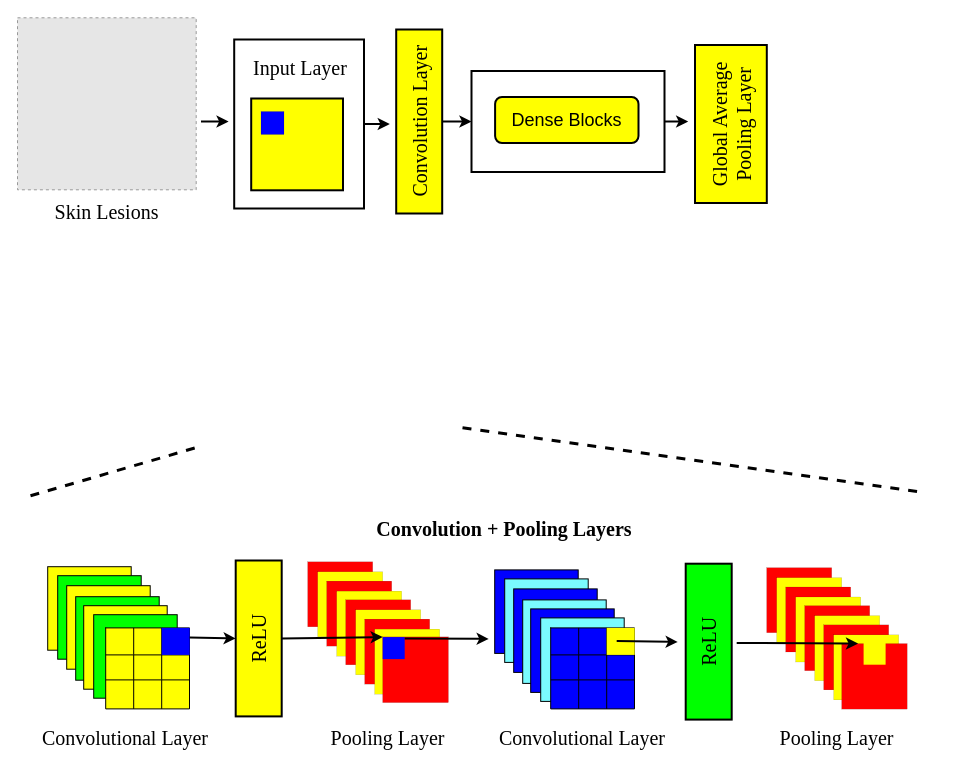
Earlier version of the draw.io diagram DenseNet-121.drawio (a3X3k/-Random-). Source tidied: cells renumbered, new cells numbered last; positions are measured from the earlier drawing's top-left corner, leaving out a move shared by most shapes. Both pictures are drawn from the tidied source at 100%, with x=0, y=0 at pixel (17, 17). Pictures stored in the file or linked from it are replaced by grey dashed boxes.
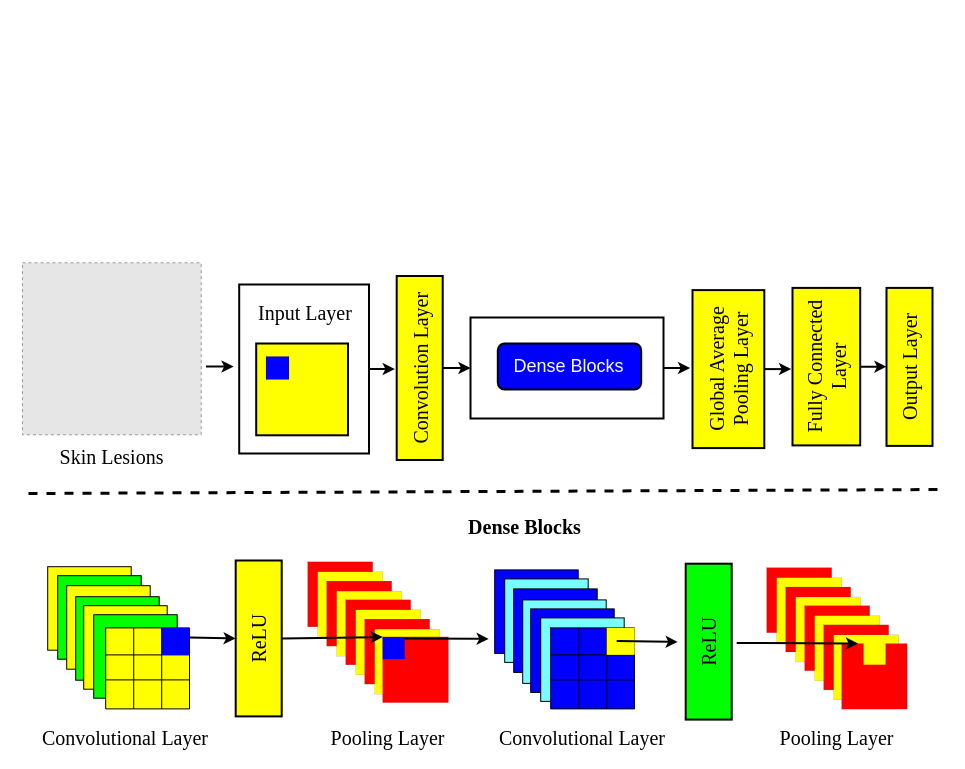
The same diagram, later.

The edit, as a diff of the source:
```diff
@@
-    <mxCell id="2" style="edgeStyle=orthogonalEdgeStyle;rounded=0;jettySize=auto;html=1;exitX=1;exitY=0.5;exitDx=0;exitDy=0;strokeWidth=2;" parent="1" edge="1" source="3">
-      <mxGeometry relative="1" as="geometry">
-        <mxPoint x="670.7" y="104" as="targetPoint" />
-      </mxGeometry>
-    </mxCell>
+    <mxCell id="88" style="edgeStyle=orthogonalEdgeStyle;rounded=0;jettySize=auto;html=1;exitX=1;exitY=0.5;exitDx=0;exitDy=0;strokeWidth=2;" parent="1" edge="1" source="3">
+      <mxGeometry relative="1" as="geometry">
+        <mxPoint x="672.6" y="351" as="targetPoint" />
+      </mxGeometry>
+    </mxCell>
     <mxCell id="3" style="rounded=0;whiteSpace=wrap;html=1;strokeWidth=2;" parent="1" vertex="1">
-      <mxGeometry x="454" y="53.5" width="193" height="101" as="geometry" />
+      <mxGeometry x="453" y="300" width="193" height="101" as="geometry" />
     </mxCell>
@@
     <mxCell id="5" style="edgeStyle=orthogonalEdgeStyle;rounded=0;jettySize=auto;html=1;exitX=1;exitY=0.5;exitDx=0;exitDy=0;strokeWidth=2;" parent="1" edge="1" source="6">
       <mxGeometry relative="1" as="geometry">
-        <mxPoint x="372.3" y="107" as="targetPoint" />
+        <mxPoint x="377.3" y="352" as="targetPoint" />
       </mxGeometry>
     </mxCell>
     <mxCell id="6" style="rounded=0;whiteSpace=wrap;html=1;shadow=0;glass=0;sketch=0;fillStyle=auto;strokeColor=#000000;strokeWidth=2;fontFamily=Times New Roman;fontSize=20;fillColor=#FFFFFF;gradientColor=none;" parent="1" vertex="1">
-      <mxGeometry x="216.7" y="22" width="129.8" height="169" as="geometry" />
+      <mxGeometry x="221.7" y="267" width="129.8" height="169" as="geometry" />
     </mxCell>
     <mxCell id="7" style="edgeStyle=orthogonalEdgeStyle;orthogonalLoop=1;jettySize=auto;html=1;strokeWidth=2;fontFamily=Times New Roman;fontSize=20;rounded=0;" parent="1" edge="1">
       <mxGeometry relative="1" as="geometry">
-        <mxPoint x="183.5" y="104" as="sourcePoint" />
-        <mxPoint x="211.1" y="103.5" as="targetPoint" />
+        <mxPoint x="188.5" y="349" as="sourcePoint" />
+        <mxPoint x="216.1" y="348.6" as="targetPoint" />
       </mxGeometry>
     </mxCell>
     <mxCell id="8" style="whiteSpace=wrap;html=1;fillColor=#FFFF00;shadow=0;strokeColor=#000000;rounded=0;sketch=0;glass=0;strokeWidth=2;fillStyle=auto;perimeterSpacing=0;fontSize=20;" parent="1" vertex="1">
-      <mxGeometry x="233.7" y="81" width="91.8" height="91.8" as="geometry" />
+      <mxGeometry x="238.7" y="326" width="91.8" height="91.8" as="geometry" />
     </mxCell>
     <mxCell id="9" style="whiteSpace=wrap;html=1;rounded=0;shadow=0;glass=0;sketch=0;fillStyle=auto;strokeColor=#000000;strokeWidth=0;fillColor=#0000FF;fontSize=20;" parent="1" vertex="1">
-      <mxGeometry x="243.5" y="94" width="23" height="23" as="geometry" />
+      <mxGeometry x="248.5" y="339" width="23" height="23" as="geometry" />
     </mxCell>
@@
     <mxCell id="40" value="Input Layer" style="text;html=1;strokeColor=none;fillColor=none;align=center;verticalAlign=middle;whiteSpace=wrap;rounded=0;shadow=0;glass=0;sketch=0;fillStyle=auto;strokeWidth=1;fontFamily=Times New Roman;fontSize=20;" parent="1" vertex="1">
-      <mxGeometry x="231.2" y="35" width="104" height="30" as="geometry" />
+      <mxGeometry x="236.2" y="280" width="104" height="30" as="geometry" />
     </mxCell>
     <mxCell id="41" value="Skin Lesions" style="text;html=1;strokeColor=none;fillColor=none;align=center;verticalAlign=middle;whiteSpace=wrap;rounded=0;shadow=0;glass=0;sketch=0;fillStyle=auto;strokeWidth=1;fontFamily=Times New Roman;fontSize=20;" parent="1" vertex="1">
-      <mxGeometry x="7.9" y="179" width="163" height="30" as="geometry" />
+      <mxGeometry x="12.9" y="424" width="163" height="30" as="geometry" />
     </mxCell>
@@
+    <mxCell id="89" style="edgeStyle=orthogonalEdgeStyle;rounded=0;jettySize=auto;html=1;exitX=0.5;exitY=0;exitDx=0;exitDy=0;strokeWidth=2;" parent="1" edge="1" source="81">
+      <mxGeometry relative="1" as="geometry">
+        <mxPoint x="773.6" y="351.1" as="targetPoint" />
+      </mxGeometry>
+    </mxCell>
     <mxCell id="81" value="Global Average Pooling Layer" style="rounded=0;whiteSpace=wrap;html=1;shadow=0;glass=0;sketch=0;fillStyle=auto;strokeColor=#000000;strokeWidth=2;fillColor=#FFFF00;gradientColor=none;direction=south;textDirection=ltr;horizontal=0;fontFamily=Times New Roman;fontSize=20;" parent="1" vertex="1">
-      <mxGeometry x="677.5" y="27.5" width="71.8" height="158" as="geometry" />
+      <mxGeometry x="675" y="272.6" width="71.8" height="158" as="geometry" />
     </mxCell>
-    <mxCell id="82" value="&lt;span style=&quot;font-size: 18px;&quot;&gt;Dense Blocks&lt;/span&gt;" style="rounded=1;whiteSpace=wrap;html=1;fillColor=#FFFF00;strokeWidth=2;" parent="1" vertex="1">
-      <mxGeometry x="477.6" y="79.5" width="143.4" height="46" as="geometry" />
+    <mxCell id="82" value="&lt;span style=&quot;font-size: 18px;&quot;&gt;&lt;font color=&quot;#ffffff&quot;&gt;Dense Blocks&lt;/font&gt;&lt;/span&gt;" style="rounded=1;whiteSpace=wrap;html=1;fillColor=#0000FF;strokeWidth=2;" parent="1" vertex="1">
+      <mxGeometry x="480.3" y="326" width="143.4" height="46" as="geometry" />
     </mxCell>
-    <mxCell id="83" style="endArrow=none;dashed=1;html=1;rounded=0;strokeWidth=3;" parent="1" edge="1">
-      <mxGeometry relative="1" as="geometry">
-        <mxPoint x="445" y="410.2" as="sourcePoint" />
-        <mxPoint x="907" y="475" as="targetPoint" />
-      </mxGeometry>
-    </mxCell>
-    <mxCell id="84" value="&lt;b&gt;Convolution + Pooling Layers&lt;/b&gt;" style="text;html=1;strokeColor=none;fillColor=none;align=center;verticalAlign=middle;whiteSpace=wrap;rounded=0;shadow=0;glass=0;sketch=0;fillStyle=auto;strokeWidth=1;fontFamily=Times New Roman;fontSize=20;" parent="1" vertex="1">
-      <mxGeometry x="351" y="496" width="271.8" height="30" as="geometry" />
+    <mxCell id="84" value="&lt;b&gt;Dense Blocks&lt;br&gt;&lt;/b&gt;" style="text;html=1;strokeColor=none;fillColor=none;align=center;verticalAlign=middle;whiteSpace=wrap;rounded=0;shadow=0;glass=0;sketch=0;fillStyle=auto;strokeWidth=1;fontFamily=Times New Roman;fontSize=20;" parent="1" vertex="1">
+      <mxGeometry x="430.8" y="494" width="153" height="30" as="geometry" />
     </mxCell>
     <mxCell id="85" style="endArrow=none;dashed=1;html=1;rounded=0;strokeWidth=3;" parent="1" edge="1">
       <mxGeometry relative="1" as="geometry">
-        <mxPoint x="13" y="478.3" as="sourcePoint" />
-        <mxPoint x="178" y="430.3" as="targetPoint" />
+        <mxPoint x="11" y="476" as="sourcePoint" />
+        <mxPoint x="928" y="472" as="targetPoint" />
       </mxGeometry>
     </mxCell>
     <mxCell id="86" style="fillColor=#E6E6E6;strokeColor=#999999;dashed=1;verticalLabelPosition=bottom;labelBackgroundColor=default;verticalAlign=top;" parent="1" vertex="1">
-      <mxGeometry y="0.3" width="178.7" height="172" as="geometry" />
+      <mxGeometry x="5" y="245.3" width="178.7" height="172" as="geometry" />
     </mxCell>
     <mxCell id="87" value="Convolution Layer" style="rounded=0;whiteSpace=wrap;html=1;shadow=0;glass=0;sketch=0;fillStyle=auto;strokeColor=#000000;strokeWidth=2;fillColor=#FFFF00;gradientColor=none;direction=south;textDirection=ltr;horizontal=0;fontFamily=Times New Roman;fontSize=20;" parent="1" vertex="1">
-      <mxGeometry x="378.7" y="12" width="46" height="184" as="geometry" />
+      <mxGeometry x="379.2" y="258.5" width="46" height="184" as="geometry" />
     </mxCell>
+    <mxCell id="90" style="edgeStyle=orthogonalEdgeStyle;rounded=0;jettySize=auto;html=1;exitX=0.5;exitY=0;exitDx=0;exitDy=0;entryX=0.5;entryY=1;entryDx=0;entryDy=0;strokeWidth=2;" parent="1" edge="1" source="91" target="92">
+      <mxGeometry relative="1" as="geometry" />
+    </mxCell>
+    <mxCell id="91" value="Fully Connected Layer" style="rounded=0;whiteSpace=wrap;html=1;shadow=0;glass=0;sketch=0;fillStyle=auto;strokeColor=#000000;strokeWidth=2;fillColor=#FFFF00;gradientColor=none;direction=south;textDirection=ltr;horizontal=0;fontFamily=Times New Roman;fontSize=20;" parent="1" vertex="1">
+      <mxGeometry x="775" y="270.4" width="67.7" height="157.5" as="geometry" />
+    </mxCell>
+    <mxCell id="92" value="Output Layer" style="rounded=0;whiteSpace=wrap;html=1;shadow=0;glass=0;sketch=0;fillStyle=auto;strokeColor=#000000;strokeWidth=2;fillColor=#FFFF00;gradientColor=none;direction=south;textDirection=ltr;horizontal=0;fontFamily=Times New Roman;fontSize=20;" parent="1" vertex="1">
+      <mxGeometry x="869" y="270.4" width="46" height="158" as="geometry" />
+    </mxCell>
```
